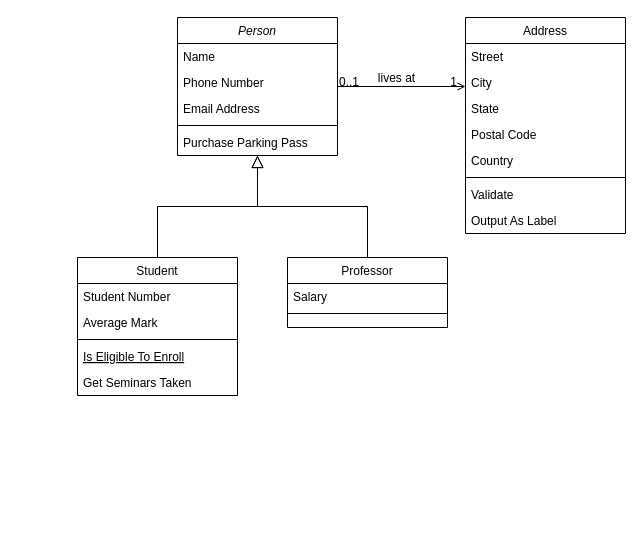
Before: Диаграмма без названия.drawio in Emili02/titanic, a draw.io diagram. Source tidied: cells renumbered, new cells numbered last; positions are measured from the earlier drawing's top-left corner, leaving out a move shared by most shapes. Both pictures are drawn from the tidied source at 100%, with x=0, y=0 at pixel (77, 17).
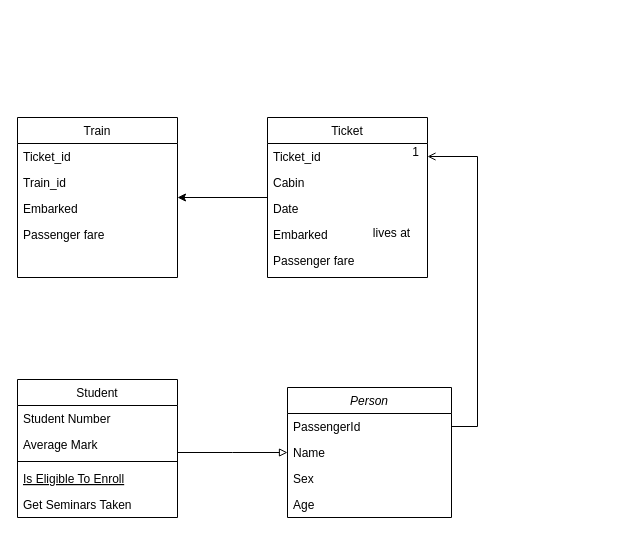
The same diagram, later.

What changed in the source:
```diff
@@
     <mxCell id="2" value="Person" style="swimlane;fontStyle=2;align=center;verticalAlign=top;horizontal=1;startSize=26;rounded=0;shadow=0;strokeWidth=1;" parent="1" vertex="1">
-      <mxGeometry x="100" width="160" height="138" as="geometry" />
+      <mxGeometry x="210" y="370" width="164" height="130" as="geometry" />
     </mxCell>
+    <mxCell id="4" value="PassengerId" style="text;align=left;verticalAlign=top;spacingLeft=4;spacingRight=4;overflow=hidden;points=[[0,0.5],[1,0.5]];portConstraint=eastwest;rounded=0;shadow=0;html=0;" parent="2" vertex="1">
+      <mxGeometry y="26" width="164" height="26" as="geometry" />
+    </mxCell>
     <mxCell id="3" value="Name" style="text;align=left;verticalAlign=top;spacingLeft=4;spacingRight=4;overflow=hidden;" parent="2" vertex="1">
-      <mxGeometry y="26" width="160" height="26" as="geometry" />
+      <mxGeometry y="52" width="164" height="26" as="geometry" />
     </mxCell>
-    <mxCell id="4" value="Phone Number" style="text;align=left;verticalAlign=top;spacingLeft=4;spacingRight=4;overflow=hidden;points=[[0,0.5],[1,0.5]];portConstraint=eastwest;rounded=0;shadow=0;html=0;" parent="2" vertex="1">
-      <mxGeometry y="52" width="160" height="26" as="geometry" />
-    </mxCell>
-    <mxCell id="5" value="Email Address" style="text;align=left;verticalAlign=top;spacingLeft=4;spacingRight=4;overflow=hidden;rounded=0;shadow=0;html=0;" parent="2" vertex="1">
-      <mxGeometry y="78" width="160" height="26" as="geometry" />
+    <mxCell id="5" value="Sex" style="text;align=left;verticalAlign=top;spacingLeft=4;spacingRight=4;overflow=hidden;rounded=0;shadow=0;html=0;" parent="2" vertex="1">
+      <mxGeometry y="78" width="164" height="26" as="geometry" />
     </mxCell>
-    <mxCell id="6" style="line;html=1;strokeWidth=1;align=left;verticalAlign=middle;spacingTop=-1;spacingLeft=3;spacingRight=3;labelPosition=right;" parent="2" vertex="1">
-      <mxGeometry y="104" width="160" height="8" as="geometry" />
-    </mxCell>
-    <mxCell id="7" value="Purchase Parking Pass" style="text;align=left;verticalAlign=top;spacingLeft=4;spacingRight=4;overflow=hidden;" parent="2" vertex="1">
-      <mxGeometry y="112" width="160" height="26" as="geometry" />
-    </mxCell>
+    <mxCell id="32" value="Age" style="text;align=left;verticalAlign=top;spacingLeft=4;spacingRight=4;overflow=hidden;rounded=0;shadow=0;html=0;" parent="2" vertex="1">
+      <mxGeometry y="104" width="164" height="26" as="geometry" />
+    </mxCell>
     <mxCell id="8" value="Student" style="swimlane;fontStyle=0;align=center;verticalAlign=top;horizontal=1;startSize=26;rounded=0;shadow=0;strokeWidth=1;" parent="1" vertex="1">
-      <mxGeometry y="240" width="160" height="138" as="geometry" />
+      <mxGeometry x="-60" y="362" width="160" height="138" as="geometry" />
     </mxCell>
@@
-    <mxCell id="14" style="endArrow=block;endSize=10;endFill=0;shadow=0;strokeWidth=1;rounded=0;curved=0;edgeStyle=elbowEdgeStyle;elbow=vertical;" parent="1" edge="1" source="8" target="2">
-      <mxGeometry relative="1" as="geometry" />
+    <mxCell id="14" style="endArrow=block;endFill=0;shadow=0;strokeWidth=1;rounded=0;curved=0;edgeStyle=elbowEdgeStyle;elbow=vertical;" parent="1" edge="1" source="8">
+      <mxGeometry relative="1" as="geometry">
+        <mxPoint x="210" y="435" as="targetPoint" />
+      </mxGeometry>
     </mxCell>
-    <mxCell id="15" value="Professor" style="swimlane;fontStyle=0;align=center;verticalAlign=top;horizontal=1;startSize=26;rounded=0;shadow=0;strokeWidth=1;" parent="1" vertex="1">
-      <mxGeometry x="210" y="240" width="160" height="70" as="geometry" />
-    </mxCell>
-    <mxCell id="16" value="Salary" style="text;align=left;verticalAlign=top;spacingLeft=4;spacingRight=4;overflow=hidden;" parent="15" vertex="1">
-      <mxGeometry y="26" width="160" height="26" as="geometry" />
-    </mxCell>
-    <mxCell id="17" style="line;html=1;strokeWidth=1;align=left;verticalAlign=middle;spacingTop=-1;spacingLeft=3;spacingRight=3;labelPosition=right;" parent="15" vertex="1">
-      <mxGeometry y="52" width="160" height="8" as="geometry" />
-    </mxCell>
-    <mxCell id="18" style="endArrow=block;endSize=10;endFill=0;shadow=0;strokeWidth=1;rounded=0;curved=0;edgeStyle=elbowEdgeStyle;elbow=vertical;" parent="1" edge="1" source="15" target="2">
-      <mxGeometry relative="1" as="geometry" />
-    </mxCell>
+    <mxCell id="33" style="edgeStyle=orthogonalEdgeStyle;rounded=0;jettySize=auto;html=1;" parent="1" edge="1" source="19" target="34">
+      <mxGeometry relative="1" as="geometry" />
+    </mxCell>
-    <mxCell id="19" value="Address" style="swimlane;fontStyle=0;align=center;verticalAlign=top;horizontal=1;startSize=26;rounded=0;shadow=0;strokeWidth=1;" parent="1" vertex="1">
-      <mxGeometry x="388" width="160" height="216" as="geometry" />
+    <mxCell id="19" value="Ticket" style="swimlane;fontStyle=0;align=center;verticalAlign=top;horizontal=1;startSize=26;rounded=0;shadow=0;strokeWidth=1;" parent="1" vertex="1">
+      <mxGeometry x="190" y="100" width="160" height="160" as="geometry" />
     </mxCell>
-    <mxCell id="20" value="Street" style="text;align=left;verticalAlign=top;spacingLeft=4;spacingRight=4;overflow=hidden;points=[[0,0.5],[1,0.5]];portConstraint=eastwest;" parent="19" vertex="1">
+    <mxCell id="20" value="Ticket_id" style="text;align=left;verticalAlign=top;spacingLeft=4;spacingRight=4;overflow=hidden;points=[[0,0.5],[1,0.5]];portConstraint=eastwest;" parent="19" vertex="1">
       <mxGeometry y="26" width="160" height="26" as="geometry" />
     </mxCell>
-    <mxCell id="21" value="City" style="text;align=left;verticalAlign=top;spacingLeft=4;spacingRight=4;overflow=hidden;rounded=0;shadow=0;html=0;" parent="19" vertex="1">
+    <mxCell id="21" value="Cabin" style="text;align=left;verticalAlign=top;spacingLeft=4;spacingRight=4;overflow=hidden;rounded=0;shadow=0;html=0;" parent="19" vertex="1">
       <mxGeometry y="52" width="160" height="26" as="geometry" />
     </mxCell>
-    <mxCell id="22" value="State" style="text;align=left;verticalAlign=top;spacingLeft=4;spacingRight=4;overflow=hidden;rounded=0;shadow=0;html=0;" parent="19" vertex="1">
+    <mxCell id="22" value="Date" style="text;align=left;verticalAlign=top;spacingLeft=4;spacingRight=4;overflow=hidden;rounded=0;shadow=0;html=0;" parent="19" vertex="1">
       <mxGeometry y="78" width="160" height="26" as="geometry" />
     </mxCell>
-    <mxCell id="23" value="Postal Code" style="text;align=left;verticalAlign=top;spacingLeft=4;spacingRight=4;overflow=hidden;rounded=0;shadow=0;html=0;" parent="19" vertex="1">
+    <mxCell id="23" value="Embarked" style="text;align=left;verticalAlign=top;spacingLeft=4;spacingRight=4;overflow=hidden;rounded=0;shadow=0;html=0;" parent="19" vertex="1">
       <mxGeometry y="104" width="160" height="26" as="geometry" />
     </mxCell>
-    <mxCell id="24" value="Country" style="text;align=left;verticalAlign=top;spacingLeft=4;spacingRight=4;overflow=hidden;rounded=0;shadow=0;html=0;" parent="19" vertex="1">
+    <mxCell id="24" value="Passenger fare" style="text;align=left;verticalAlign=top;spacingLeft=4;spacingRight=4;overflow=hidden;rounded=0;shadow=0;html=0;" parent="19" vertex="1">
       <mxGeometry y="130" width="160" height="26" as="geometry" />
     </mxCell>
-    <mxCell id="25" style="line;html=1;strokeWidth=1;align=left;verticalAlign=middle;spacingTop=-1;spacingLeft=3;spacingRight=3;labelPosition=right;" parent="19" vertex="1">
-      <mxGeometry y="156" width="160" height="8" as="geometry" />
-    </mxCell>
-    <mxCell id="26" value="Validate" style="text;align=left;verticalAlign=top;spacingLeft=4;spacingRight=4;overflow=hidden;" parent="19" vertex="1">
-      <mxGeometry y="164" width="160" height="26" as="geometry" />
-    </mxCell>
-    <mxCell id="27" value="Output As Label" style="text;align=left;verticalAlign=top;spacingLeft=4;spacingRight=4;overflow=hidden;" parent="19" vertex="1">
-      <mxGeometry y="190" width="160" height="26" as="geometry" />
-    </mxCell>
-    <mxCell id="28" style="endArrow=open;shadow=0;strokeWidth=1;rounded=0;curved=0;endFill=1;edgeStyle=elbowEdgeStyle;elbow=vertical;" parent="1" edge="1" source="2" target="19">
+    <mxCell id="28" style="endArrow=open;shadow=0;strokeWidth=1;rounded=0;curved=0;endFill=1;edgeStyle=elbowEdgeStyle;elbow=vertical;exitX=1;exitY=0.5;exitDx=0;exitDy=0;entryX=1;entryY=0.5;entryDx=0;entryDy=0;" parent="1" edge="1" source="4" target="20">
       <mxGeometry x="0.5" y="41" relative="1" as="geometry">
+        <Array as="points">
+          <mxPoint x="400" y="340" />
+        </Array>
         <mxPoint x="-40" y="32" as="offset" />
       </mxGeometry>
     </mxCell>
-    <mxCell id="29" value="0..1" style="align=left;verticalAlign=bottom;labelBackgroundColor=none;fontSize=12;" parent="28" vertex="1">
-      <mxGeometry x="-1" relative="1" as="geometry">
-        <mxPoint y="4" as="offset" />
-      </mxGeometry>
-    </mxCell>
@@
+    <mxCell id="34" value="Train" style="swimlane;fontStyle=0;align=center;verticalAlign=top;horizontal=1;startSize=26;rounded=0;shadow=0;strokeWidth=1;" parent="1" vertex="1">
+      <mxGeometry x="-60" y="100" width="160" height="160" as="geometry" />
+    </mxCell>
+    <mxCell id="35" value="Ticket_id" style="text;align=left;verticalAlign=top;spacingLeft=4;spacingRight=4;overflow=hidden;" parent="34" vertex="1">
+      <mxGeometry y="26" width="160" height="26" as="geometry" />
+    </mxCell>
+    <mxCell id="36" value="Train_id" style="text;align=left;verticalAlign=top;spacingLeft=4;spacingRight=4;overflow=hidden;rounded=0;shadow=0;html=0;" parent="34" vertex="1">
+      <mxGeometry y="52" width="160" height="26" as="geometry" />
+    </mxCell>
+    <mxCell id="37" value="Embarked" style="text;align=left;verticalAlign=top;spacingLeft=4;spacingRight=4;overflow=hidden;rounded=0;shadow=0;html=0;" parent="34" vertex="1">
+      <mxGeometry y="78" width="160" height="26" as="geometry" />
+    </mxCell>
+    <mxCell id="38" value="Passenger fare" style="text;align=left;verticalAlign=top;spacingLeft=4;spacingRight=4;overflow=hidden;rounded=0;shadow=0;html=0;" parent="34" vertex="1">
+      <mxGeometry y="104" width="160" height="26" as="geometry" />
+    </mxCell>
```
